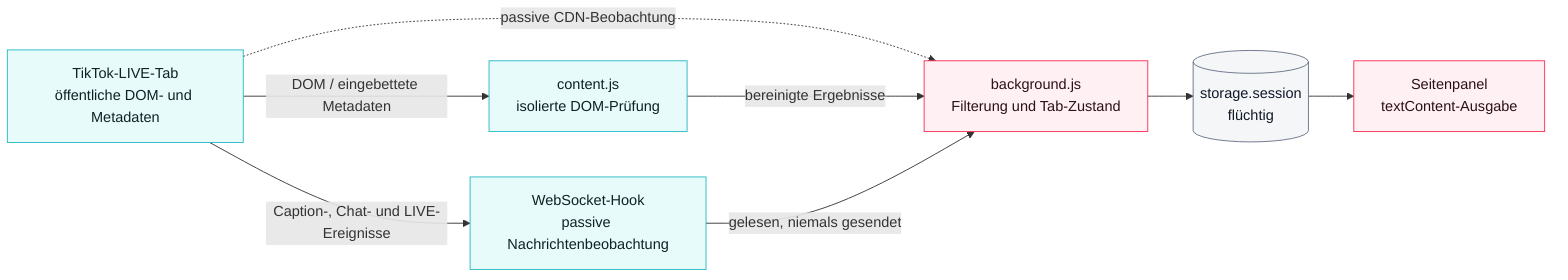
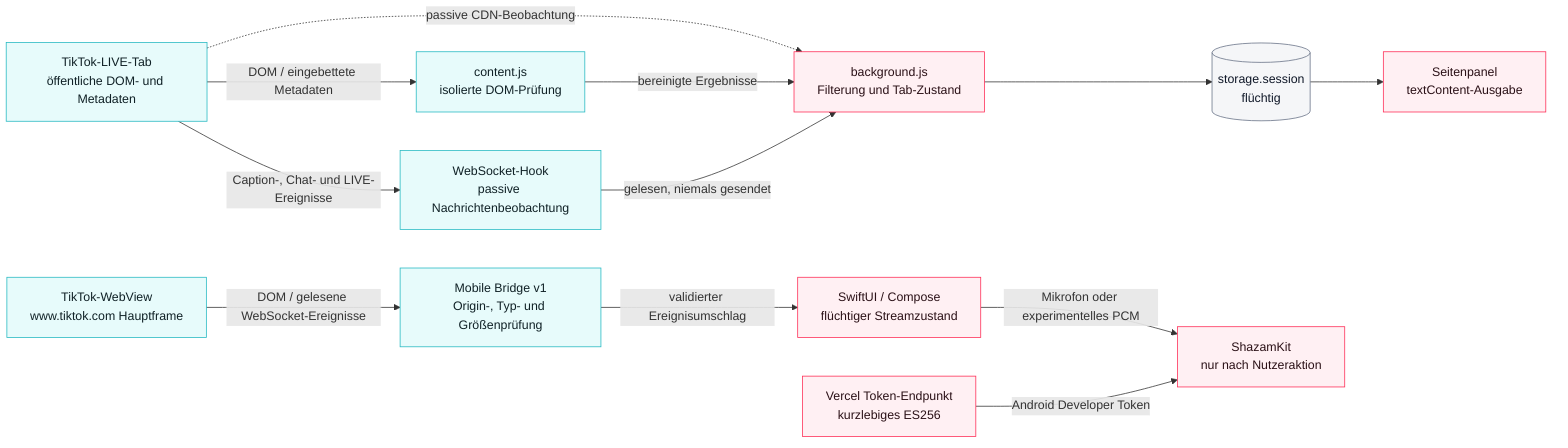
flowchart LR
    page["TikTok-LIVE-Tab<br/>öffentliche DOM- und Metadaten"]
    content["content.js<br/>isolierte DOM-Prüfung"]
    hook["WebSocket-Hook<br/>passive Nachrichtenbeobachtung"]
    bg["background.js<br/>Filterung und Tab-Zustand"]
    session[("storage.session<br/>flüchtig")]
    panel["Seitenpanel<br/>textContent-Ausgabe"]
+     mobilePage["TikTok-WebView<br/>www.tiktok.com Hauptframe"]
+     bridge["Mobile Bridge v1<br/>Origin-, Typ- und Größenprüfung"]
+     native["SwiftUI / Compose<br/>flüchtiger Streamzustand"]
+     shazam["ShazamKit<br/>nur nach Nutzeraktion"]
+     token["Vercel Token-Endpunkt<br/>kurzlebiges ES256"]

    page -->|"DOM / eingebettete Metadaten"| content
    page -->|"Caption-, Chat- und LIVE-Ereignisse"| hook
    page -.->|"passive CDN-Beobachtung"| bg
    content -->|"bereinigte Ergebnisse"| bg
    hook -->|"gelesen, niemals gesendet"| bg
    bg --> session
    session --> panel
+     mobilePage -->|"DOM / gelesene WebSocket-Ereignisse"| bridge
+     bridge -->|"validierter Ereignisumschlag"| native
+     native -->|"Mikrofon oder experimentelles PCM"| shazam
+     token -->|"Android Developer Token"| shazam

    classDef observation fill:#e7fbfb,stroke:#25b9c2,color:#102126
    classDef action fill:#fff0f3,stroke:#fe2c55,color:#2b1117
    classDef storage fill:#f5f6f8,stroke:#667085,color:#101828
-     class page,content,hook observation
-     class bg,panel action
+     class page,content,hook,mobilePage,bridge observation
+     class bg,panel,native,shazam,token action
    class session storage
